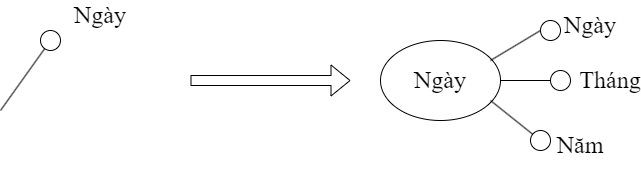
Before: Luật thứ tám(trên xuống).png, a diagram exported from draw.io (datnham0212/learning). Source tidied: cells renumbered, new cells last; positions are measured from the earlier drawing's top-left corner, leaving out a move shared by most shapes. Its diagram source:
```xml
<mxGraphModel>
  <root>
    <mxCell id="0" />
    <mxCell id="1" parent="0" />
    <mxCell id="2" style="endArrow=none;html=1;rounded=0;fontFamily=Times New Roman;fontSize=24;" parent="1" edge="1" target="3">
      <mxGeometry relative="1" as="geometry">
        <mxPoint y="110" as="sourcePoint" />
      </mxGeometry>
    </mxCell>
    <mxCell id="3" style="ellipse;whiteSpace=wrap;html=1;fontFamily=Times New Roman;fontSize=24;" parent="1" vertex="1">
      <mxGeometry x="40" y="30" width="20" height="20" as="geometry" />
    </mxCell>
    <mxCell id="4" value="Ngày" style="text;html=1;strokeColor=none;fillColor=none;align=center;verticalAlign=middle;whiteSpace=wrap;rounded=0;fontFamily=Times New Roman;fontSize=24;" parent="1" vertex="1">
      <mxGeometry x="70" width="60" height="30" as="geometry" />
    </mxCell>
    <mxCell id="5" style="shape=flexArrow;endArrow=classic;html=1;rounded=0;" parent="1" edge="1">
      <mxGeometry relative="1" as="geometry">
        <mxPoint x="190" y="80" as="sourcePoint" />
        <mxPoint x="350" y="80" as="targetPoint" />
      </mxGeometry>
    </mxCell>
    <mxCell id="6" value="Ngày" style="ellipse;whiteSpace=wrap;html=1;fontFamily=Times New Roman;fontSize=24;" parent="1" vertex="1">
      <mxGeometry x="380" y="40" width="120" height="80" as="geometry" />
    </mxCell>
    <mxCell id="7" value="Ngày" style="text;html=1;strokeColor=none;fillColor=none;align=center;verticalAlign=middle;whiteSpace=wrap;rounded=0;fontFamily=Times New Roman;fontSize=24;" parent="1" vertex="1">
      <mxGeometry x="560" y="10" width="60" height="30" as="geometry" />
    </mxCell>
    <mxCell id="8" value="Tháng" style="text;html=1;strokeColor=none;fillColor=none;align=center;verticalAlign=middle;whiteSpace=wrap;rounded=0;fontFamily=Times New Roman;fontSize=24;" parent="1" vertex="1">
      <mxGeometry x="580" y="65" width="60" height="30" as="geometry" />
    </mxCell>
    <mxCell id="9" value="Năm" style="text;html=1;strokeColor=none;fillColor=none;align=center;verticalAlign=middle;whiteSpace=wrap;rounded=0;fontFamily=Times New Roman;fontSize=24;" parent="1" vertex="1">
      <mxGeometry x="550" y="130" width="60" height="30" as="geometry" />
    </mxCell>
    <mxCell id="10" style="endArrow=none;html=1;rounded=0;" parent="1" edge="1">
      <mxGeometry relative="1" as="geometry">
        <mxPoint x="490" y="60" as="sourcePoint" />
        <mxPoint x="540" y="30" as="targetPoint" />
      </mxGeometry>
    </mxCell>
    <mxCell id="11" style="endArrow=none;html=1;rounded=0;" parent="1" edge="1">
      <mxGeometry relative="1" as="geometry">
        <mxPoint x="500" y="80" as="sourcePoint" />
        <mxPoint x="550" y="80" as="targetPoint" />
      </mxGeometry>
    </mxCell>
    <mxCell id="12" style="endArrow=none;html=1;rounded=0;startArrow=none;" parent="1" edge="1" source="16">
      <mxGeometry relative="1" as="geometry">
        <mxPoint x="490" y="100" as="targetPoint" />
      </mxGeometry>
    </mxCell>
    <mxCell id="13" style="ellipse;whiteSpace=wrap;html=1;fontFamily=Times New Roman;fontSize=24;" parent="1" vertex="1">
      <mxGeometry x="540" y="20" width="20" height="20" as="geometry" />
    </mxCell>
    <mxCell id="14" style="ellipse;whiteSpace=wrap;html=1;fontFamily=Times New Roman;fontSize=24;" parent="1" vertex="1">
      <mxGeometry x="550" y="70" width="20" height="20" as="geometry" />
    </mxCell>
    <mxCell id="15" style="endArrow=none;html=1;rounded=0;" parent="1" edge="1" target="16">
      <mxGeometry relative="1" as="geometry">
        <mxPoint x="540" y="140" as="sourcePoint" />
      </mxGeometry>
    </mxCell>
    <mxCell id="16" style="ellipse;whiteSpace=wrap;html=1;fontFamily=Times New Roman;fontSize=24;" parent="1" vertex="1">
      <mxGeometry x="530" y="130" width="20" height="20" as="geometry" />
    </mxCell>
    <mxCell id="17" style="edgeStyle=orthogonalEdgeStyle;rounded=0;orthogonalLoop=1;jettySize=auto;html=1;exitX=0.5;exitY=1;exitDx=0;exitDy=0;" parent="1" edge="1" source="9" target="9">
      <mxGeometry relative="1" as="geometry" />
    </mxCell>
  </root>
</mxGraphModel>
```
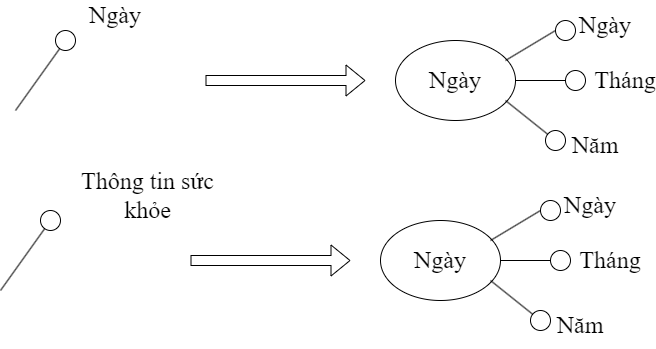
The same file after the commit.

Diff of the diagram source:
```diff
@@ -65,5 +65,68 @@
     <mxCell id="17" style="edgeStyle=orthogonalEdgeStyle;rounded=0;orthogonalLoop=1;jettySize=auto;html=1;exitX=0.5;exitY=1;exitDx=0;exitDy=0;" parent="1" edge="1" source="9" target="9">
       <mxGeometry relative="1" as="geometry" />
     </mxCell>
+    <mxCell id="18" style="endArrow=none;html=1;rounded=0;fontFamily=Times New Roman;fontSize=24;" parent="1" edge="1" target="19">
+      <mxGeometry relative="1" as="geometry">
+        <mxPoint x="-15" y="290" as="sourcePoint" />
+      </mxGeometry>
+    </mxCell>
+    <mxCell id="19" style="ellipse;whiteSpace=wrap;html=1;fontFamily=Times New Roman;fontSize=24;" parent="1" vertex="1">
+      <mxGeometry x="25" y="210" width="20" height="20" as="geometry" />
+    </mxCell>
+    <mxCell id="20" value="Thông tin sức khỏe" style="text;html=1;strokeColor=none;fillColor=none;align=center;verticalAlign=middle;whiteSpace=wrap;rounded=0;fontFamily=Times New Roman;fontSize=24;" parent="1" vertex="1">
+      <mxGeometry x="40" y="170" width="185" height="50" as="geometry" />
+    </mxCell>
+    <mxCell id="21" style="shape=flexArrow;endArrow=classic;html=1;rounded=0;" parent="1" edge="1">
+      <mxGeometry relative="1" as="geometry">
+        <mxPoint x="175" y="260" as="sourcePoint" />
+        <mxPoint x="335" y="260" as="targetPoint" />
+      </mxGeometry>
+    </mxCell>
+    <mxCell id="22" value="Ngày" style="ellipse;whiteSpace=wrap;html=1;fontFamily=Times New Roman;fontSize=24;" parent="1" vertex="1">
+      <mxGeometry x="365" y="220" width="120" height="80" as="geometry" />
+    </mxCell>
+    <mxCell id="23" value="Ngày" style="text;html=1;strokeColor=none;fillColor=none;align=center;verticalAlign=middle;whiteSpace=wrap;rounded=0;fontFamily=Times New Roman;fontSize=24;" parent="1" vertex="1">
+      <mxGeometry x="545" y="190" width="60" height="30" as="geometry" />
+    </mxCell>
+    <mxCell id="24" value="Tháng" style="text;html=1;strokeColor=none;fillColor=none;align=center;verticalAlign=middle;whiteSpace=wrap;rounded=0;fontFamily=Times New Roman;fontSize=24;" parent="1" vertex="1">
+      <mxGeometry x="565" y="245" width="60" height="30" as="geometry" />
+    </mxCell>
+    <mxCell id="25" value="Năm" style="text;html=1;strokeColor=none;fillColor=none;align=center;verticalAlign=middle;whiteSpace=wrap;rounded=0;fontFamily=Times New Roman;fontSize=24;" parent="1" vertex="1">
+      <mxGeometry x="535" y="310" width="60" height="30" as="geometry" />
+    </mxCell>
+    <mxCell id="26" style="endArrow=none;html=1;rounded=0;" parent="1" edge="1">
+      <mxGeometry relative="1" as="geometry">
+        <mxPoint x="475" y="240" as="sourcePoint" />
+        <mxPoint x="525" y="210" as="targetPoint" />
+      </mxGeometry>
+    </mxCell>
+    <mxCell id="27" style="endArrow=none;html=1;rounded=0;" parent="1" edge="1">
+      <mxGeometry relative="1" as="geometry">
+        <mxPoint x="485" y="260" as="sourcePoint" />
+        <mxPoint x="535" y="260" as="targetPoint" />
+      </mxGeometry>
+    </mxCell>
+    <mxCell id="28" style="endArrow=none;html=1;rounded=0;startArrow=none;" parent="1" edge="1" source="32">
+      <mxGeometry relative="1" as="geometry">
+        <mxPoint x="475" y="280" as="targetPoint" />
+      </mxGeometry>
+    </mxCell>
+    <mxCell id="29" style="ellipse;whiteSpace=wrap;html=1;fontFamily=Times New Roman;fontSize=24;" parent="1" vertex="1">
+      <mxGeometry x="525" y="200" width="20" height="20" as="geometry" />
+    </mxCell>
+    <mxCell id="30" style="ellipse;whiteSpace=wrap;html=1;fontFamily=Times New Roman;fontSize=24;" parent="1" vertex="1">
+      <mxGeometry x="535" y="250" width="20" height="20" as="geometry" />
+    </mxCell>
+    <mxCell id="31" style="endArrow=none;html=1;rounded=0;" parent="1" edge="1" target="32">
+      <mxGeometry relative="1" as="geometry">
+        <mxPoint x="525" y="320" as="sourcePoint" />
+      </mxGeometry>
+    </mxCell>
+    <mxCell id="32" style="ellipse;whiteSpace=wrap;html=1;fontFamily=Times New Roman;fontSize=24;" parent="1" vertex="1">
+      <mxGeometry x="515" y="310" width="20" height="20" as="geometry" />
+    </mxCell>
+    <mxCell id="33" style="edgeStyle=orthogonalEdgeStyle;rounded=0;orthogonalLoop=1;jettySize=auto;html=1;exitX=0.5;exitY=1;exitDx=0;exitDy=0;" parent="1" edge="1" source="25" target="25">
+      <mxGeometry relative="1" as="geometry" />
+    </mxCell>
   </root>
 </mxGraphModel>
```
